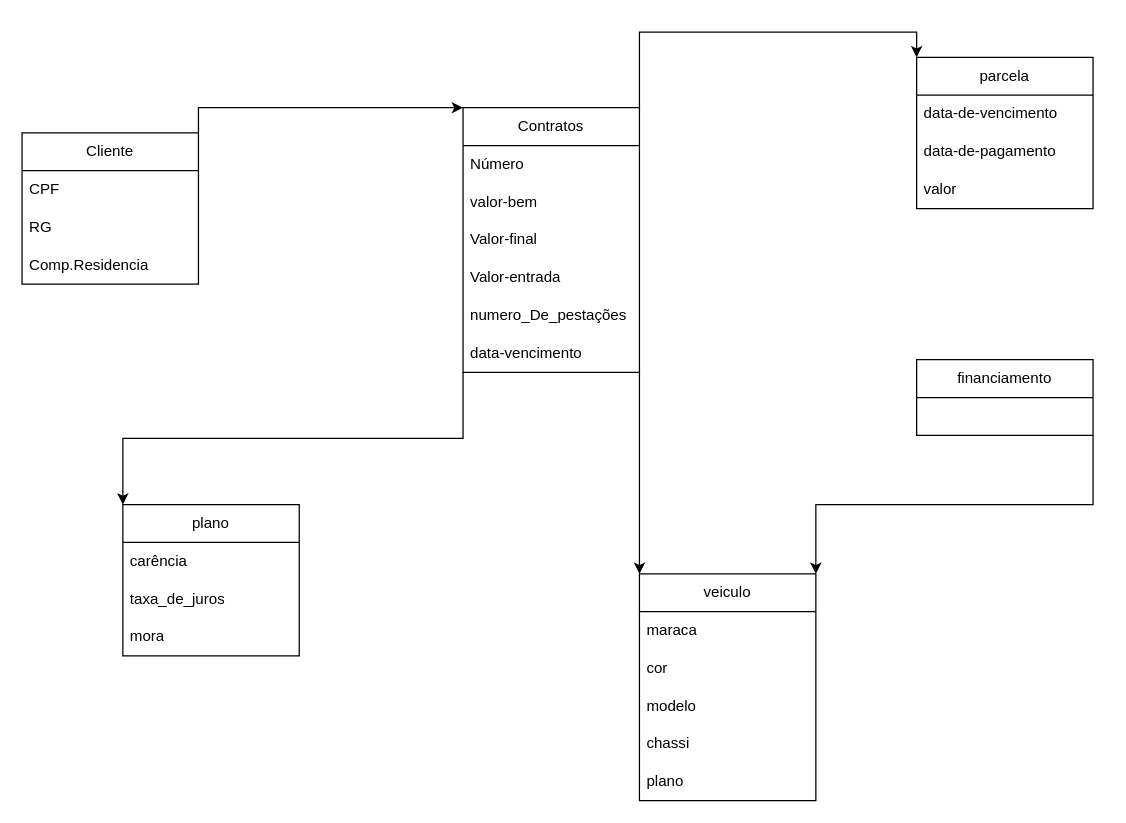
The draw.io diagram Exe1.drawio in Larissa022/BancoDeDados, before the edit. Source tidied: cells renumbered, new cells numbered last; positions are measured from the earlier drawing's top-left corner, leaving out a move shared by most shapes. Both pictures are drawn from the tidied source at 126%, with x=0, y=0 at pixel (21, 57).
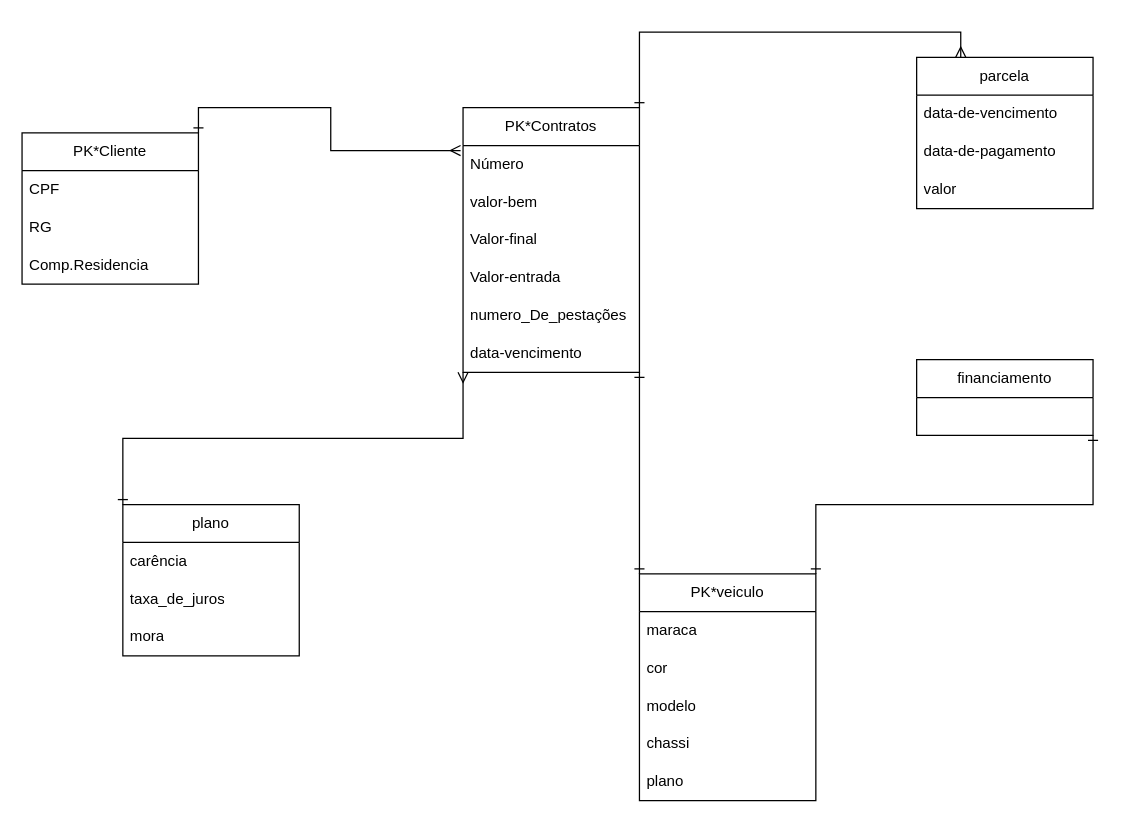
Above is the later version.

The change refers to these unchanged cells:
```xml
<mxCell id="11" value="Número" style="text;strokeColor=none;fillColor=none;align=left;verticalAlign=middle;spacingLeft=4;spacingRight=4;overflow=hidden;points=[[0,0.5],[1,0.5]];portConstraint=eastwest;whiteSpace=wrap;html=1;" parent="10" vertex="1">
  <mxGeometry y="30" width="140" height="30" as="geometry" />
</mxCell>
<mxCell id="17" value="plano" style="swimlane;fontStyle=0;horizontal=1;startSize=30;whiteSpace=wrap;html=1;" parent="1" vertex="1">
  <mxGeometry x="80" y="355" width="140" height="120" as="geometry" />
</mxCell>
<mxCell id="22" value="financiamento" style="swimlane;fontStyle=0;horizontal=1;startSize=30;whiteSpace=wrap;html=1;" parent="1" vertex="1">
  <mxGeometry x="710" y="240" width="140" height="60" as="geometry" />
</mxCell>
<mxCell id="29" value="parcela" style="swimlane;fontStyle=0;horizontal=1;startSize=30;whiteSpace=wrap;html=1;" parent="1" vertex="1">
  <mxGeometry x="710" width="140" height="120" as="geometry" />
</mxCell>
```

Change to the diagram source:
```diff
@@
-    <mxCell id="2" style="edgeStyle=orthogonalEdgeStyle;rounded=0;jettySize=auto;html=1;exitX=1;exitY=0;exitDx=0;exitDy=0;entryX=0;entryY=0;entryDx=0;entryDy=0;" parent="1" edge="1" source="3" target="10">
+    <mxCell id="2" style="edgeStyle=orthogonalEdgeStyle;rounded=0;jettySize=auto;html=1;exitX=1;exitY=0;exitDx=0;exitDy=0;entryX=-0.014;entryY=0.133;entryDx=0;entryDy=0;startArrow=ERone;startFill=0;endArrow=ERmany;endFill=0;entryPerimeter=0;" parent="1" edge="1" source="3" target="11">
       <mxGeometry relative="1" as="geometry" />
     </mxCell>
-    <mxCell id="3" value="Cliente" style="swimlane;fontStyle=0;horizontal=1;startSize=30;whiteSpace=wrap;html=1;" parent="1" vertex="1">
+    <mxCell id="3" value="PK*Cliente" style="swimlane;fontStyle=0;horizontal=1;startSize=30;whiteSpace=wrap;html=1;" parent="1" vertex="1">
       <mxGeometry y="60" width="140" height="120" as="geometry" />
     </mxCell>
@@
-    <mxCell id="7" style="edgeStyle=orthogonalEdgeStyle;rounded=0;jettySize=auto;html=1;exitX=1;exitY=0;exitDx=0;exitDy=0;entryX=0;entryY=0;entryDx=0;entryDy=0;" parent="1" edge="1" source="10" target="29">
+    <mxCell id="7" style="edgeStyle=orthogonalEdgeStyle;rounded=0;jettySize=auto;html=1;exitX=1;exitY=0;exitDx=0;exitDy=0;entryX=0.25;entryY=0;entryDx=0;entryDy=0;endArrow=ERmany;endFill=0;startArrow=ERone;startFill=0;" parent="1" edge="1" source="10" target="29">
       <mxGeometry relative="1" as="geometry" />
     </mxCell>
-    <mxCell id="8" style="edgeStyle=orthogonalEdgeStyle;rounded=0;jettySize=auto;html=1;exitX=1;exitY=1;exitDx=0;exitDy=0;entryX=0;entryY=0;entryDx=0;entryDy=0;" parent="1" edge="1" source="10" target="23">
+    <mxCell id="8" style="edgeStyle=orthogonalEdgeStyle;rounded=0;jettySize=auto;html=1;exitX=1;exitY=1;exitDx=0;exitDy=0;entryX=0;entryY=0;entryDx=0;entryDy=0;startArrow=ERone;startFill=0;endArrow=ERone;endFill=0;" parent="1" edge="1" source="10" target="23">
       <mxGeometry relative="1" as="geometry" />
     </mxCell>
-    <mxCell id="9" style="edgeStyle=orthogonalEdgeStyle;rounded=0;jettySize=auto;html=1;exitX=0;exitY=1;exitDx=0;exitDy=0;entryX=0;entryY=0;entryDx=0;entryDy=0;" parent="1" edge="1" source="10" target="17">
+    <mxCell id="9" style="edgeStyle=orthogonalEdgeStyle;rounded=0;jettySize=auto;html=1;exitX=0;exitY=1;exitDx=0;exitDy=0;entryX=0;entryY=0;entryDx=0;entryDy=0;startArrow=ERmany;startFill=0;endArrow=ERone;endFill=0;" parent="1" edge="1" source="10" target="17">
       <mxGeometry relative="1" as="geometry" />
     </mxCell>
-    <mxCell id="10" value="Contratos" style="swimlane;fontStyle=0;horizontal=1;startSize=30;whiteSpace=wrap;html=1;" parent="1" vertex="1">
+    <mxCell id="10" value="PK*Contratos" style="swimlane;fontStyle=0;horizontal=1;startSize=30;whiteSpace=wrap;html=1;" parent="1" vertex="1">
       <mxGeometry x="350" y="40" width="140" height="210" as="geometry" />
     </mxCell>
@@
-    <mxCell id="21" style="edgeStyle=orthogonalEdgeStyle;rounded=0;jettySize=auto;html=1;exitX=1;exitY=1;exitDx=0;exitDy=0;entryX=1;entryY=0;entryDx=0;entryDy=0;" parent="1" edge="1" source="22" target="23">
+    <mxCell id="21" style="edgeStyle=orthogonalEdgeStyle;rounded=0;jettySize=auto;html=1;exitX=1;exitY=1;exitDx=0;exitDy=0;entryX=1;entryY=0;entryDx=0;entryDy=0;endArrow=ERone;endFill=0;startArrow=ERone;startFill=0;" parent="1" edge="1" source="22" target="23">
       <mxGeometry relative="1" as="geometry" />
     </mxCell>
@@
-    <mxCell id="23" value="veiculo" style="swimlane;fontStyle=0;horizontal=1;startSize=30;whiteSpace=wrap;html=1;" parent="1" vertex="1">
+    <mxCell id="23" value="PK*veiculo" style="swimlane;fontStyle=0;horizontal=1;startSize=30;whiteSpace=wrap;html=1;" parent="1" vertex="1">
       <mxGeometry x="490" y="410" width="140" height="180" as="geometry" />
     </mxCell>
```
